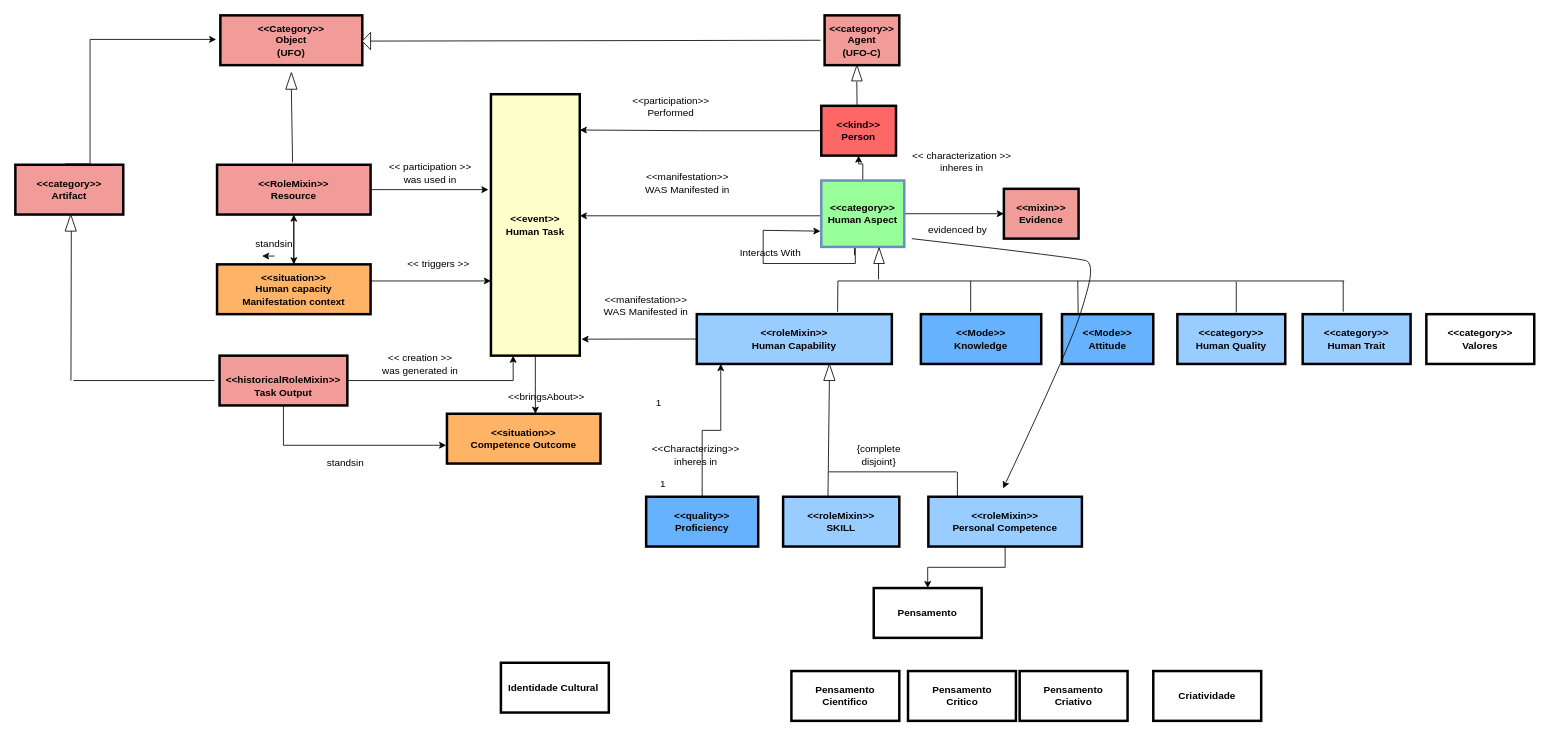
Earlier version of the draw.io diagram page "Core-O 1" (4 of 4) of Cópia do Ontologia_v1.drawio (RosianeSangali/RosianeSangali). Source tidied: cells renumbered, new cells numbered last; positions are measured from the earlier drawing's top-left corner, leaving out a move shared by most shapes. Both pictures are drawn from the tidied source at 83%, with x=0, y=0 at pixel (15, 15).
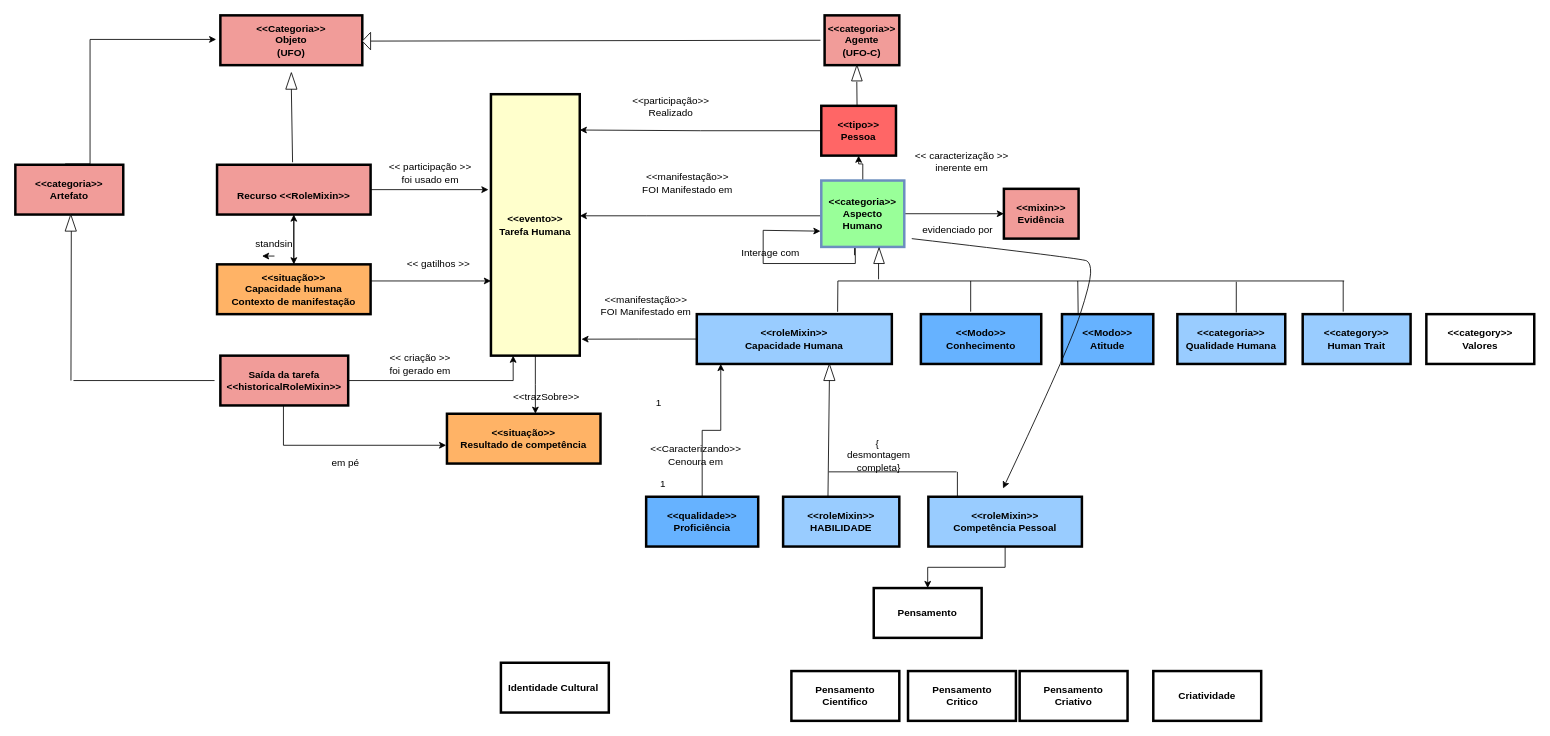
After the change.

What changed in the source:
```diff
@@
-    <mxCell id="2" value="&lt;&lt;event&gt;&gt;&#10;Human Task" style="whiteSpace=wrap;align=center;verticalAlign=middle;fontStyle=1;strokeWidth=3;fillColor=#FFFFCC;" parent="1" vertex="1">
+    <mxCell id="2" value="&lt;&lt;evento&gt;&gt; &#10;Tarefa Humana" style="whiteSpace=wrap;align=center;verticalAlign=middle;fontStyle=1;strokeWidth=3;fillColor=#FFFFCC;" parent="1" vertex="1">
       <mxGeometry x="573" y="95" width="107" height="315" as="geometry" />
     </mxCell>
-    <mxCell id="3" value="&lt;&lt;Category&gt;&gt;&#10;Object&#10;(UFO)" style="whiteSpace=wrap;align=center;verticalAlign=middle;fontStyle=1;strokeWidth=3;fillColor=#F19C99;" parent="1" vertex="1">
+    <mxCell id="3" value="&lt;&lt;Categoria&gt;&gt; &#10;Objeto &#10;(UFO)" style="whiteSpace=wrap;align=center;verticalAlign=middle;fontStyle=1;strokeWidth=3;fillColor=#F19C99;" parent="1" vertex="1">
       <mxGeometry x="247" width="171" height="60" as="geometry" />
     </mxCell>
-    <mxCell id="4" value="&lt;&lt;category&gt;&gt;&#10;Agent&#10;(UFO-C)" style="whiteSpace=wrap;align=center;verticalAlign=middle;fontStyle=1;strokeWidth=3;fillColor=#F19C99;" parent="1" vertex="1">
+    <mxCell id="4" value="&lt;&lt;categoria&gt;&gt; &#10;Agente &#10;(UFO-C)" style="whiteSpace=wrap;align=center;verticalAlign=middle;fontStyle=1;strokeWidth=3;fillColor=#F19C99;" parent="1" vertex="1">
       <mxGeometry x="975" width="90" height="60" as="geometry" />
     </mxCell>
@@
-    <mxCell id="7" value="&lt;&lt;kind&gt;&gt;&#10;Person" style="whiteSpace=wrap;align=center;verticalAlign=middle;fontStyle=1;strokeWidth=3;fillColor=#FF6666;" parent="1" vertex="1">
+    <mxCell id="7" value="&lt;&lt;tipo&gt;&gt; &#10;Pessoa" style="whiteSpace=wrap;align=center;verticalAlign=middle;fontStyle=1;strokeWidth=3;fillColor=#FF6666;" parent="1" vertex="1">
       <mxGeometry x="971" y="109" width="90" height="60" as="geometry" />
     </mxCell>
@@
-    <mxCell id="12" value="&lt;&lt;category&gt;&gt;&#10;Human Aspect" style="whiteSpace=wrap;align=center;verticalAlign=middle;fontStyle=1;strokeWidth=3;fillColor=#99FF99;strokeColor=#6c8ebf;" parent="1" vertex="1">
+    <mxCell id="12" value="&lt;&lt;categoria&gt;&gt; &#10;Aspecto Humano" style="whiteSpace=wrap;align=center;verticalAlign=middle;fontStyle=1;strokeWidth=3;fillColor=#99FF99;strokeColor=#6c8ebf;" parent="1" vertex="1">
       <mxGeometry x="971" y="199" width="100" height="80" as="geometry" />
     </mxCell>
-    <mxCell id="13" value="&lt;&lt;mixin&gt;&gt;&#10;Evidence" style="whiteSpace=wrap;align=center;verticalAlign=middle;fontStyle=1;strokeWidth=3;fillColor=#F19C99;" parent="1" vertex="1">
+    <mxCell id="13" value="&lt;&lt;mixin&gt;&gt; &#10;Evidência" style="whiteSpace=wrap;align=center;verticalAlign=middle;fontStyle=1;strokeWidth=3;fillColor=#F19C99;" parent="1" vertex="1">
       <mxGeometry x="1191" y="209" width="90" height="60" as="geometry" />
     </mxCell>
@@
-    <mxCell id="15" value="&lt;&lt;roleMixin&gt;&gt;&#10;Human Capability" style="whiteSpace=wrap;align=center;verticalAlign=middle;fontStyle=1;strokeWidth=3;fillColor=#99CCFF;" parent="1" vertex="1">
+    <mxCell id="15" value="&lt;&lt;roleMixin&gt;&gt; &#10;Capacidade Humana" style="whiteSpace=wrap;align=center;verticalAlign=middle;fontStyle=1;strokeWidth=3;fillColor=#99CCFF;" parent="1" vertex="1">
       <mxGeometry x="821" y="360" width="235" height="60" as="geometry" />
     </mxCell>
-    <mxCell id="16" value="&lt;&lt;Mode&gt;&gt;&#10;Knowledge" style="whiteSpace=wrap;align=center;verticalAlign=middle;fontStyle=1;strokeWidth=3;fillColor=#66B2FF;" parent="1" vertex="1">
+    <mxCell id="16" value="&lt;&lt;Modo&gt;&gt; &#10;Conhecimento" style="whiteSpace=wrap;align=center;verticalAlign=middle;fontStyle=1;strokeWidth=3;fillColor=#66B2FF;" parent="1" vertex="1">
       <mxGeometry x="1091" y="360" width="145" height="60" as="geometry" />
     </mxCell>
-    <mxCell id="17" value="&lt;&lt;Mode&gt;&gt;&#10;Attitude" style="whiteSpace=wrap;align=center;verticalAlign=middle;fontStyle=1;strokeWidth=3;fillColor=#66B2FF;" parent="1" vertex="1">
+    <mxCell id="17" value="&lt;&lt;Modo&gt;&gt; &#10;Atitude" style="whiteSpace=wrap;align=center;verticalAlign=middle;fontStyle=1;strokeWidth=3;fillColor=#66B2FF;" parent="1" vertex="1">
       <mxGeometry x="1261" y="360" width="110" height="60" as="geometry" />
     </mxCell>
-    <mxCell id="18" value="&lt;&lt;category&gt;&gt;&#10;Human Quality" style="whiteSpace=wrap;align=center;verticalAlign=middle;fontStyle=1;strokeWidth=3;fillColor=#99CCFF;" parent="1" vertex="1">
+    <mxCell id="18" value="&lt;&lt;categoria&gt;&gt; &#10;Qualidade Humana" style="whiteSpace=wrap;align=center;verticalAlign=middle;fontStyle=1;strokeWidth=3;fillColor=#99CCFF;" parent="1" vertex="1">
       <mxGeometry x="1400" y="360" width="130" height="60" as="geometry" />
     </mxCell>
@@
-    <mxCell id="21" value="&lt;&lt;quality&gt;&gt;&#10;Proficiency" style="whiteSpace=wrap;align=center;verticalAlign=middle;fontStyle=1;strokeWidth=3;fillColor=#66B2FF;" parent="1" vertex="1">
+    <mxCell id="21" value="&lt;&lt;qualidade&gt;&gt; &#10;Proficiência" style="whiteSpace=wrap;align=center;verticalAlign=middle;fontStyle=1;strokeWidth=3;fillColor=#66B2FF;" parent="1" vertex="1">
       <mxGeometry x="760" y="580" width="135" height="60" as="geometry" />
     </mxCell>
-    <mxCell id="22" value="&lt;&lt;roleMixin&gt;&gt;&#10;SKILL" style="whiteSpace=wrap;align=center;verticalAlign=middle;fontStyle=1;strokeWidth=3;fillColor=#99CCFF;" parent="1" vertex="1">
+    <mxCell id="22" value="&lt;&lt;roleMixin&gt;&gt; &#10;HABILIDADE" style="whiteSpace=wrap;align=center;verticalAlign=middle;fontStyle=1;strokeWidth=3;fillColor=#99CCFF;" parent="1" vertex="1">
       <mxGeometry x="925" y="580" width="140" height="60" as="geometry" />
     </mxCell>
@@
-    <mxCell id="24" value="&lt;&lt;roleMixin&gt;&gt;&#10;Personal Competence" style="whiteSpace=wrap;align=center;verticalAlign=middle;fontStyle=1;strokeWidth=3;fillColor=#99CCFF;" parent="1" vertex="1">
+    <mxCell id="24" value="&lt;&lt;roleMixin&gt;&gt; &#10;Competência Pessoal" style="whiteSpace=wrap;align=center;verticalAlign=middle;fontStyle=1;strokeWidth=3;fillColor=#99CCFF;" parent="1" vertex="1">
       <mxGeometry x="1100" y="580" width="185" height="60" as="geometry" />
     </mxCell>
-    <mxCell id="25" value="&lt;&lt;situation&gt;&gt;&#10;Competence Outcome" style="whiteSpace=wrap;align=center;verticalAlign=middle;fontStyle=1;strokeWidth=3;fillColor=#FFB366;" parent="1" vertex="1">
+    <mxCell id="25" value="&lt;&lt;situação&gt;&gt; &#10;Resultado de competência" style="whiteSpace=wrap;align=center;verticalAlign=middle;fontStyle=1;strokeWidth=3;fillColor=#FFB366;" parent="1" vertex="1">
       <mxGeometry x="520" y="480" width="185" height="60" as="geometry" />
     </mxCell>
@@
-    <mxCell id="27" value="&#10;&lt;&lt;historicalRoleMixin&gt;&gt;&#10;Task Output" style="whiteSpace=wrap;align=center;verticalAlign=middle;fontStyle=1;strokeWidth=3;fillColor=#F19C99;" parent="1" vertex="1">
-      <mxGeometry x="246" y="410" width="154" height="60" as="geometry" />
+    <mxCell id="27" value="Saída da tarefa &lt;&lt;historicalRoleMixin&gt;&gt;" style="whiteSpace=wrap;align=center;verticalAlign=middle;fontStyle=1;strokeWidth=3;fillColor=#F19C99;" parent="1" vertex="1">
+      <mxGeometry x="247" y="410" width="154" height="60" as="geometry" />
     </mxCell>
@@
-    <mxCell id="29" value="&lt;&lt;RoleMixin&gt;&gt;&#10;Resource" style="whiteSpace=wrap;align=center;verticalAlign=middle;fontStyle=1;strokeWidth=3;fillColor=#F19C99;" parent="1" vertex="1">
+    <mxCell id="29" value="&#10;Recurso &lt;&lt;RoleMixin&gt;&gt;" style="whiteSpace=wrap;align=center;verticalAlign=middle;fontStyle=1;strokeWidth=3;fillColor=#F19C99;" parent="1" vertex="1">
       <mxGeometry x="243" y="180" width="185" height="60" as="geometry" />
     </mxCell>
@@
-    <mxCell id="32" value="&lt;&lt;situation&gt;&gt;&#10;Human capacity&#10;Manifestation context" style="whiteSpace=wrap;align=center;verticalAlign=middle;fontStyle=1;strokeWidth=3;fillColor=#FFB366;" parent="1" vertex="1">
+    <mxCell id="32" value="&lt;&lt;situação&gt;&gt; &#10;Capacidade humana &#10;Contexto de manifestação" style="whiteSpace=wrap;align=center;verticalAlign=middle;fontStyle=1;strokeWidth=3;fillColor=#FFB366;" parent="1" vertex="1">
       <mxGeometry x="243" y="300" width="185" height="60" as="geometry" />
     </mxCell>
@@
-    <mxCell id="34" value="&lt;&lt;category&gt;&gt;&#10;Artifact" style="whiteSpace=wrap;align=center;verticalAlign=middle;fontStyle=1;strokeWidth=3;fillColor=#F19C99;" parent="1" vertex="1">
+    <mxCell id="34" value="&lt;&lt;categoria&gt;&gt; &#10;Artefato" style="whiteSpace=wrap;align=center;verticalAlign=middle;fontStyle=1;strokeWidth=3;fillColor=#F19C99;" parent="1" vertex="1">
       <mxGeometry y="180" width="130" height="60" as="geometry" />
     </mxCell>
@@
-    <mxCell id="45" value="&lt;div&gt;&amp;lt;&amp;lt;participation&amp;gt;&amp;gt;&lt;/div&gt;&lt;div&gt;Performed&lt;/div&gt;" style="text;html=1;align=center;verticalAlign=middle;whiteSpace=wrap;rounded=0;" parent="1" vertex="1">
+    <mxCell id="45" value="&lt;div&gt;&amp;lt;&amp;lt;participação&amp;gt;&amp;gt;&lt;/div&gt;&lt;div&gt;Realizado&lt;/div&gt;" style="text;html=1;align=center;verticalAlign=middle;whiteSpace=wrap;rounded=0;" parent="1" vertex="1">
       <mxGeometry x="730" y="90" width="120" height="40" as="geometry" />
     </mxCell>
-    <mxCell id="46" value="&lt;div&gt;&amp;lt;&amp;lt;manifestation&amp;gt;&amp;gt;&lt;/div&gt;&lt;div&gt;WAS Manifested in&lt;/div&gt;" style="text;html=1;align=center;verticalAlign=middle;whiteSpace=wrap;rounded=0;" parent="1" vertex="1">
+    <mxCell id="46" value="&lt;div&gt;&amp;lt;&amp;lt;manifestação&amp;gt;&amp;gt;&lt;/div&gt;&lt;div&gt;FOI Manifestado em&lt;/div&gt;" style="text;html=1;align=center;verticalAlign=middle;whiteSpace=wrap;rounded=0;" parent="1" vertex="1">
       <mxGeometry x="750" y="180" width="120" height="43" as="geometry" />
     </mxCell>
-    <mxCell id="47" value="Interacts With" style="text;html=1;align=center;verticalAlign=middle;whiteSpace=wrap;rounded=0;" parent="1" vertex="1">
+    <mxCell id="47" value="Interage com" style="text;html=1;align=center;verticalAlign=middle;whiteSpace=wrap;rounded=0;" parent="1" vertex="1">
       <mxGeometry x="850" y="266" width="120" height="40" as="geometry" />
     </mxCell>
-    <mxCell id="48" value="&lt;div&gt;&amp;lt;&amp;lt;manifestation&amp;gt;&amp;gt;&lt;/div&gt;&lt;div&gt;WAS Manifested in&lt;/div&gt;" style="text;html=1;align=center;verticalAlign=middle;whiteSpace=wrap;rounded=0;" parent="1" vertex="1">
+    <mxCell id="48" value="&lt;div&gt;&amp;lt;&amp;lt;manifestação&amp;gt;&amp;gt;&lt;/div&gt;&lt;div&gt;FOI Manifestado em&lt;/div&gt;" style="text;html=1;align=center;verticalAlign=middle;whiteSpace=wrap;rounded=0;" parent="1" vertex="1">
       <mxGeometry x="700" y="330" width="120" height="40" as="geometry" />
     </mxCell>
-    <mxCell id="49" value="&lt;div&gt;&amp;lt;&amp;lt; characterization &amp;gt;&amp;gt;&lt;/div&gt;&lt;div&gt;inheres in&lt;/div&gt;" style="text;html=1;align=center;verticalAlign=middle;whiteSpace=wrap;rounded=0;" parent="1" vertex="1">
+    <mxCell id="49" value="&lt;div&gt;&amp;lt;&amp;lt; caracterização &amp;gt;&amp;gt;&lt;/div&gt;&lt;div&gt;inerente em&lt;/div&gt;" style="text;html=1;align=center;verticalAlign=middle;whiteSpace=wrap;rounded=0;" parent="1" vertex="1">
       <mxGeometry x="1071" y="156" width="139" height="40" as="geometry" />
     </mxCell>
@@
-    <mxCell id="52" value="evidenced by" style="text;html=1;align=center;verticalAlign=middle;whiteSpace=wrap;rounded=0;" parent="1" vertex="1">
+    <mxCell id="52" value="evidenciado por" style="text;html=1;align=center;verticalAlign=middle;whiteSpace=wrap;rounded=0;" parent="1" vertex="1">
       <mxGeometry x="1080" y="239" width="111" height="40" as="geometry" />
     </mxCell>
-    <mxCell id="53" value="{complete disjoint}" style="text;html=1;align=center;verticalAlign=middle;whiteSpace=wrap;rounded=0;" parent="1" vertex="1">
+    <mxCell id="53" value="{ &lt;span style=&quot;color: rgba(0, 0, 0, 0); font-family: monospace; font-size: 0px; text-align: start; text-wrap-mode: nowrap;&quot;&gt;%3CmxGraphModel%3E%3Croot%3E%3CmxCell%20id%3D%220%22%2F%3E%3CmxCell%20id%3D%221%22%20parent%3D%220%22%2F%3E%3CmxCell%20id%3D%222%22%20value%3D%22evidenced%20by%22%20style%3D%22text%3Bhtml%3D1%3Balign%3Dcenter%3BverticalAlign%3Dmiddle%3Bwh iteSpace%3Dwrap%3Brounded%3D0%3B%22%20vertex%3D%221%22%20parent%3D%221%22%3E%3CmxGeometry%20x%3D%22780%22%20y%3D%22250%22%20width%3D%22120%22%20height%3D%2240%22%20as%3D%22geometry%22%2F%3E%3C%2FmxCell%3E%3C%2Froot%3E%3C%2FmxGraphModel%3E&lt;/span&gt; desmontagem completa}" style="text;html=1;align=center;verticalAlign=middle;whiteSpace=wrap;rounded=0;" parent="1" vertex="1">
       <mxGeometry x="999.3" y="510" width="82.5" height="40" as="geometry" />
     </mxCell>
-    <mxCell id="54" value="&lt;div&gt;&amp;lt;&amp;lt;Characterizing&amp;gt;&amp;gt;&lt;/div&gt;&lt;div&gt;inheres in&lt;/div&gt;" style="text;html=1;align=center;verticalAlign=middle;whiteSpace=wrap;rounded=0;" parent="1" vertex="1">
+    <mxCell id="54" value="&lt;div&gt;&amp;lt;&amp;lt;Caracterizando&amp;gt;&amp;gt;&lt;/div&gt;&lt;div&gt;Cenoura em&lt;/div&gt;" style="text;html=1;align=center;verticalAlign=middle;whiteSpace=wrap;rounded=0;" parent="1" vertex="1">
       <mxGeometry x="760" y="510" width="120" height="40" as="geometry" />
     </mxCell>
-    <mxCell id="55" value="&lt;div&gt;&amp;lt;&amp;lt; participation &amp;gt;&amp;gt;&lt;/div&gt;&lt;div&gt;was used in&lt;/div&gt;" style="text;html=1;align=center;verticalAlign=middle;whiteSpace=wrap;rounded=0;" parent="1" vertex="1">
+    <mxCell id="55" value="&lt;div&gt;&amp;lt;&amp;lt; participação &amp;gt;&amp;gt;&lt;/div&gt;&lt;div&gt;foi usado em&lt;/div&gt;" style="text;html=1;align=center;verticalAlign=middle;whiteSpace=wrap;rounded=0;" parent="1" vertex="1">
       <mxGeometry x="440" y="170" width="120" height="40" as="geometry" />
     </mxCell>
-    <mxCell id="56" value="&amp;lt;&amp;lt; triggers &amp;gt;&amp;gt;" style="text;html=1;align=center;verticalAlign=middle;whiteSpace=wrap;rounded=0;" parent="1" vertex="1">
+    <mxCell id="56" value="&amp;lt;&amp;lt; gatilhos &amp;gt;&amp;gt;" style="text;html=1;align=center;verticalAlign=middle;whiteSpace=wrap;rounded=0;" parent="1" vertex="1">
       <mxGeometry x="450" y="280" width="120" height="40" as="geometry" />
     </mxCell>
-    <mxCell id="57" value="&lt;div&gt;&amp;lt;&amp;lt; creation &amp;gt;&amp;gt;&lt;/div&gt;&lt;div&gt;was generated in&lt;/div&gt;" style="text;html=1;align=center;verticalAlign=middle;whiteSpace=wrap;rounded=0;" parent="1" vertex="1">
+    <mxCell id="57" value="&lt;div&gt;&amp;lt;&amp;lt; criação &amp;gt;&amp;gt;&lt;/div&gt;&lt;div&gt;foi gerado em&lt;/div&gt;" style="text;html=1;align=center;verticalAlign=middle;whiteSpace=wrap;rounded=0;" parent="1" vertex="1">
       <mxGeometry x="428" y="400" width="120" height="40" as="geometry" />
     </mxCell>
-    <mxCell id="58" value="standsin" style="text;html=1;align=center;verticalAlign=middle;whiteSpace=wrap;rounded=0;" parent="1" vertex="1">
+    <mxCell id="58" value="em pé" style="text;html=1;align=center;verticalAlign=middle;whiteSpace=wrap;rounded=0;" parent="1" vertex="1">
       <mxGeometry x="338.2" y="520" width="120" height="40" as="geometry" />
     </mxCell>
-    <mxCell id="59" value="&amp;lt;&amp;lt;bringsAbout&amp;gt;&amp;gt;" style="text;html=1;align=center;verticalAlign=middle;whiteSpace=wrap;rounded=0;" parent="1" vertex="1">
+    <mxCell id="59" value="&amp;lt;&amp;lt;trazSobre&amp;gt;&amp;gt;" style="text;html=1;align=center;verticalAlign=middle;whiteSpace=wrap;rounded=0;" parent="1" vertex="1">
       <mxGeometry x="580" y="440" width="120" height="40" as="geometry" />
     </mxCell>
```
